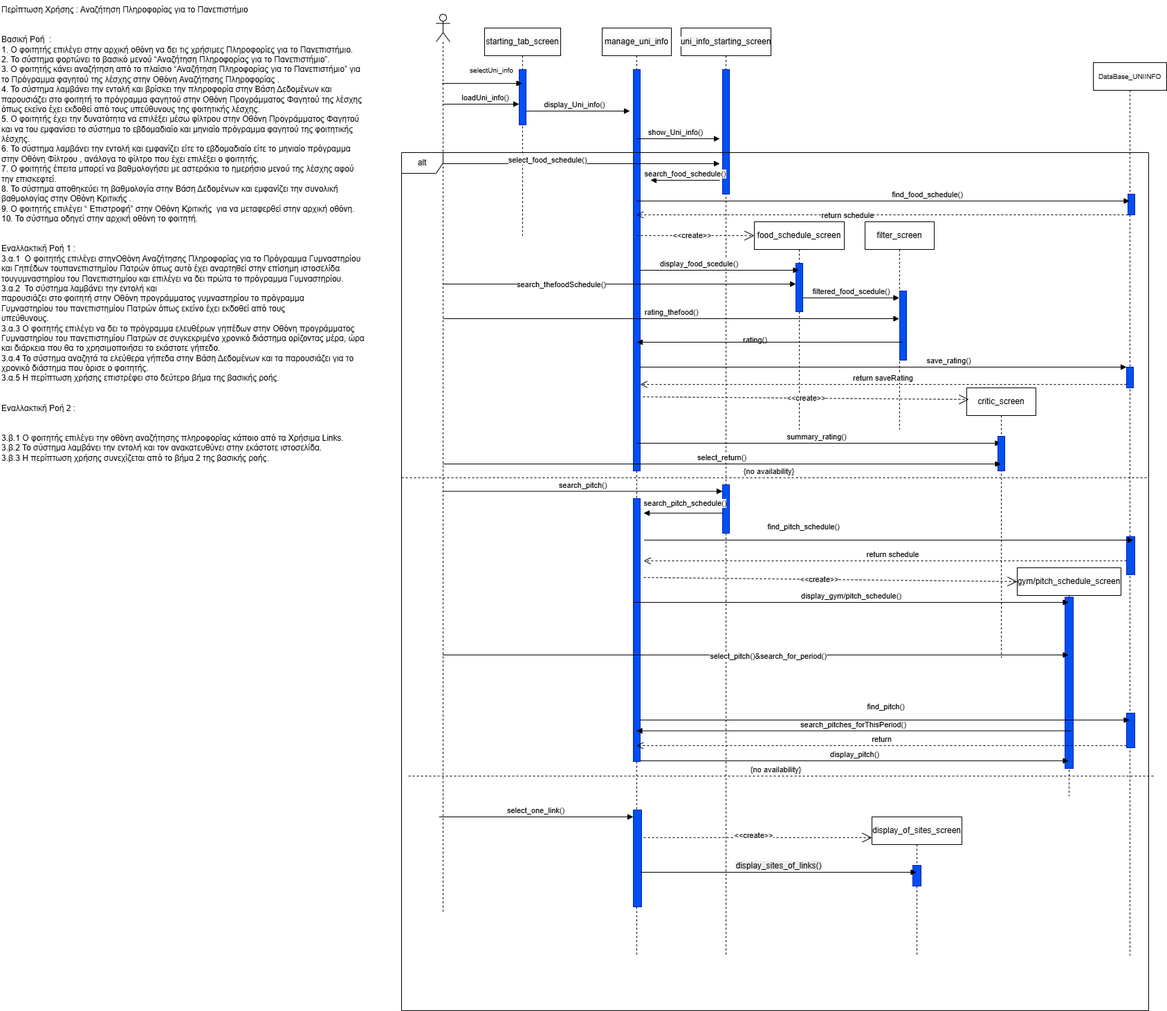
The draw.io diagram sequence diagrams/sequence Βάσω/αναζητηση πληροφοριας.drawio (1).png in harrysghost123/software-enginering-projectt, before a commit. Source tidied: cells renumbered, new cells last; positions are measured from the earlier drawing's top-left corner, leaving out a move shared by most shapes.
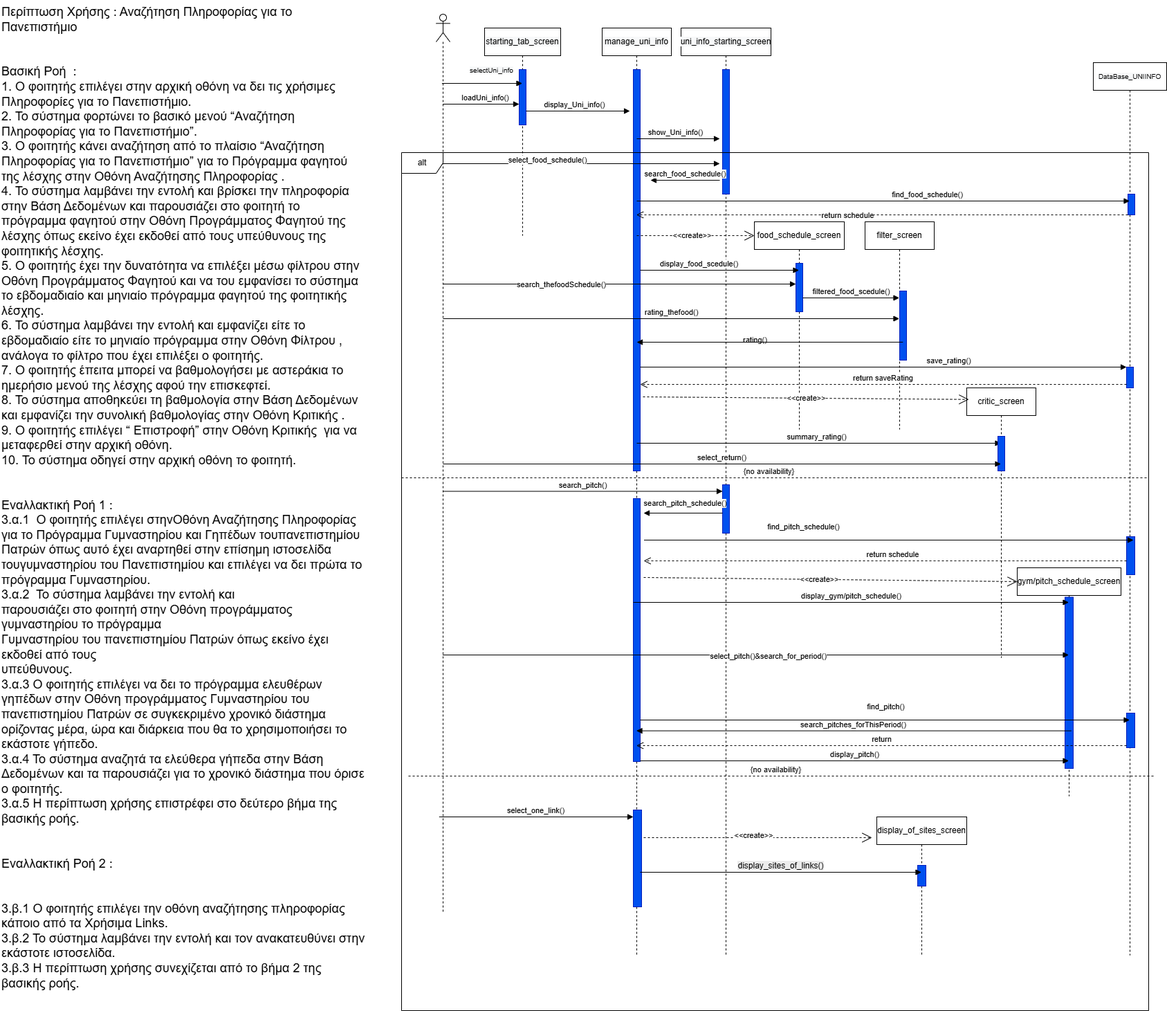
The same diagram one commit later.

Change to the diagram source:
```diff
@@ -294,7 +294,7 @@
       </mxGeometry>
     </mxCell>
     <mxCell id="66" value="display_of_sites_screen" style="shape=umlLifeline;perimeter=lifelinePerimeter;whiteSpace=wrap;html=1;outlineConnect=0;portConstraint=eastwest;newEdgeStyle={&quot;curved&quot;:0,&quot;rounded&quot;:0};" parent="1" vertex="1">
-      <mxGeometry x="1260" y="1180" width="130" height="200" as="geometry" />
+      <mxGeometry x="1267" y="1180" width="130" height="200" as="geometry" />
     </mxCell>
     <mxCell id="67" style="html=1;perimeter=orthogonalPerimeter;targetShapes=umlLifeline;newEdgeStyle={&quot;curved&quot;:0,&quot;rounded&quot;:0};fillColor=#0050ef;fontColor=#ffffff;strokeColor=#001DBC;" parent="66" vertex="1">
       <mxGeometry x="59" y="70" width="12" height="30" as="geometry" />
@@ -304,7 +304,7 @@
         <mxPoint x="925" y="1260" as="sourcePoint" />
       </mxGeometry>
     </mxCell>
-    <mxCell id="69" value="Περίπτωση Χρήσης : Αναζήτηση Πληροφορίας για το Πανεπιστήμιο&#10;&#10;&#10;Βασική Ροή  :&#10;1. Ο φοιτητής επιλέγει στην αρχική οθόνη να δει τις χρήσιμες Πληροφορίες για το Πανεπιστήμιο.&#10;2. Το σύστημα φορτώνει το βασικό μενού “Αναζήτηση Πληροφορίας για το Πανεπιστήμιο”.&#10;3. Ο φοιτητής κάνει αναζήτηση από το πλαίσιο “Αναζήτηση Πληροφορίας για το Πανεπιστήμιο” για το Πρόγραμμα φαγητού της λέσχης στην Οθόνη Αναζήτησης Πληροφορίας .&#10;4. Το σύστημα λαμβάνει την εντολή και βρίσκει την πληροφορία στην Βάση Δεδομένων και παρουσιάζει στο φοιτητή το πρόγραμμα φαγητού στην Οθόνη Προγράμματος Φαγητού της λέσχης όπως εκείνο έχει εκδοθεί από τους υπεύθυνους της φοιτητικής λέσχης.&#10;5. Ο φοιτητής έχει την δυνατότητα να επιλέξει μέσω φίλτρου στην Οθόνη Προγράμματος Φαγητού και να του εμφανίσει το σύστημα το εβδομαδιαίο και μηνιαίο πρόγραμμα φαγητού της φοιτητικής λέσχης.&#10;6. Το σύστημα λαμβάνει την εντολή και εμφανίζει είτε το εβδομαδιαίο είτε το μηνιαίο πρόγραμμα στην Οθόνη Φίλτρου , ανάλογα το φίλτρο που έχει επιλέξει ο φοιτητής.&#10;7. Ο φοιτητής έπειτα μπορεί να βαθμολογήσει με αστεράκια το ημερήσιο μενού της λέσχης αφού την επισκεφτεί.&#10;8. Το σύστημα αποθηκεύει τη βαθμολογία στην Βάση Δεδομένων και εμφανίζει την συνολική βαθμολογίας στην Οθόνη Κριτικής .&#10;9. Ο φοιτητής επιλέγει “ Επιστροφή” στην Οθόνη Κριτικής  για να μεταφερθεί στην αρχική οθόνη.&#10;10. Το σύστημα οδηγεί στην αρχική οθόνη το φοιτητή.&#10;&#10;&#10;Εναλλακτική Ροή 1 :&#10;3.α.1  Ο φοιτητής επιλέγει στηνΟθόνη Αναζήτησης Πληροφορίας για το Πρόγραμμα Γυμναστηρίου και Γηπέδων τουπανεπιστημίου Πατρών όπως αυτό έχει αναρτηθεί στην επίσημη ιστοσελίδα τουγυμναστηρίου του Πανεπιστημίου και επιλέγει να δει πρώτα το πρόγραμμα Γυμναστηρίου.&#10;3.α.2  Το σύστημα λαμβάνει την εντολή και&#10;παρουσιάζει στο φοιτητή στην Οθόνη προγράμματος γυμναστηρίου το πρόγραμμα&#10;Γυμναστηρίου του πανεπιστημίου Πατρών όπως εκείνο έχει εκδοθεί από τους&#10;υπεύθυνους.&#10;3.α.3 Ο φοιτητής επιλέγει να δει το πρόγραμμα ελευθέρων γηπέδων στην Οθόνη προγράμματος Γυμναστηρίου του πανεπιστημίου Πατρών σε συγκεκριμένο χρονικό διάστημα ορίζοντας μέρα, ώρα και διάρκεια που θα το χρησιμοποιήσει το εκάστοτε γήπεδο.&#10;3.α.4 Το σύστημα αναζητά τα ελεύθερα γήπεδα στην Βάση Δεδομένων και τα παρουσιάζει για το χρονικό διάστημα που όρισε ο φοιτητής.&#10;3.α.5 Η περίπτωση χρήσης επιστρέφει στο δεύτερο βήμα της βασικής ροής.&#10;&#10;&#10;Εναλλακτική Ροή 2 :&#10;&#10;&#10;3.β.1 Ο φοιτητής επιλέγει την οθόνη αναζήτησης πληροφορίας κάποιο από τα Χρήσιμα Links.&#10;3.β.2 Το σύστημα λαμβάνει την εντολή και τον ανακατευθύνει στην εκάστοτε ιστοσελίδα.&#10;3.β.3 Η περίπτωση χρήσης συνεχίζεται από το βήμα 2 της βασικής ροής." style="text;whiteSpace=wrap;fontStyle=0;" parent="1" vertex="1">
+    <mxCell id="69" value="Περίπτωση Χρήσης : Αναζήτηση Πληροφορίας για το Πανεπιστήμιο&#10;&#10;&#10;Βασική Ροή  :&#10;1. Ο φοιτητής επιλέγει στην αρχική οθόνη να δει τις χρήσιμες Πληροφορίες για το Πανεπιστήμιο.&#10;2. Το σύστημα φορτώνει το βασικό μενού “Αναζήτηση Πληροφορίας για το Πανεπιστήμιο”.&#10;3. Ο φοιτητής κάνει αναζήτηση από το πλαίσιο “Αναζήτηση Πληροφορίας για το Πανεπιστήμιο” για το Πρόγραμμα φαγητού της λέσχης στην Οθόνη Αναζήτησης Πληροφορίας .&#10;4. Το σύστημα λαμβάνει την εντολή και βρίσκει την πληροφορία στην Βάση Δεδομένων και παρουσιάζει στο φοιτητή το πρόγραμμα φαγητού στην Οθόνη Προγράμματος Φαγητού της λέσχης όπως εκείνο έχει εκδοθεί από τους υπεύθυνους της φοιτητικής λέσχης.&#10;5. Ο φοιτητής έχει την δυνατότητα να επιλέξει μέσω φίλτρου στην Οθόνη Προγράμματος Φαγητού και να του εμφανίσει το σύστημα το εβδομαδιαίο και μηνιαίο πρόγραμμα φαγητού της φοιτητικής λέσχης.&#10;6. Το σύστημα λαμβάνει την εντολή και εμφανίζει είτε το εβδομαδιαίο είτε το μηνιαίο πρόγραμμα στην Οθόνη Φίλτρου , ανάλογα το φίλτρο που έχει επιλέξει ο φοιτητής.&#10;7. Ο φοιτητής έπειτα μπορεί να βαθμολογήσει με αστεράκια το ημερήσιο μενού της λέσχης αφού την επισκεφτεί.&#10;8. Το σύστημα αποθηκεύει τη βαθμολογία στην Βάση Δεδομένων και εμφανίζει την συνολική βαθμολογίας στην Οθόνη Κριτικής .&#10;9. Ο φοιτητής επιλέγει “ Επιστροφή” στην Οθόνη Κριτικής  για να μεταφερθεί στην αρχική οθόνη.&#10;10. Το σύστημα οδηγεί στην αρχική οθόνη το φοιτητή.&#10;&#10;&#10;Εναλλακτική Ροή 1 :&#10;3.α.1  Ο φοιτητής επιλέγει στηνΟθόνη Αναζήτησης Πληροφορίας για το Πρόγραμμα Γυμναστηρίου και Γηπέδων τουπανεπιστημίου Πατρών όπως αυτό έχει αναρτηθεί στην επίσημη ιστοσελίδα τουγυμναστηρίου του Πανεπιστημίου και επιλέγει να δει πρώτα το πρόγραμμα Γυμναστηρίου.&#10;3.α.2  Το σύστημα λαμβάνει την εντολή και&#10;παρουσιάζει στο φοιτητή στην Οθόνη προγράμματος γυμναστηρίου το πρόγραμμα&#10;Γυμναστηρίου του πανεπιστημίου Πατρών όπως εκείνο έχει εκδοθεί από τους&#10;υπεύθυνους.&#10;3.α.3 Ο φοιτητής επιλέγει να δει το πρόγραμμα ελευθέρων γηπέδων στην Οθόνη προγράμματος Γυμναστηρίου του πανεπιστημίου Πατρών σε συγκεκριμένο χρονικό διάστημα ορίζοντας μέρα, ώρα και διάρκεια που θα το χρησιμοποιήσει το εκάστοτε γήπεδο.&#10;3.α.4 Το σύστημα αναζητά τα ελεύθερα γήπεδα στην Βάση Δεδομένων και τα παρουσιάζει για το χρονικό διάστημα που όρισε ο φοιτητής.&#10;3.α.5 Η περίπτωση χρήσης επιστρέφει στο δεύτερο βήμα της βασικής ροής.&#10;&#10;&#10;Εναλλακτική Ροή 2 :&#10;&#10;&#10;3.β.1 Ο φοιτητής επιλέγει την οθόνη αναζήτησης πληροφορίας κάποιο από τα Χρήσιμα Links.&#10;3.β.2 Το σύστημα λαμβάνει την εντολή και τον ανακατευθύνει στην εκάστοτε ιστοσελίδα.&#10;3.β.3 Η περίπτωση χρήσης συνεχίζεται από το βήμα 2 της βασικής ροής." style="text;whiteSpace=wrap;fontStyle=0;fontSize=18;" parent="1" vertex="1">
       <mxGeometry width="530" height="660" as="geometry" />
     </mxCell>
   </root>
```
